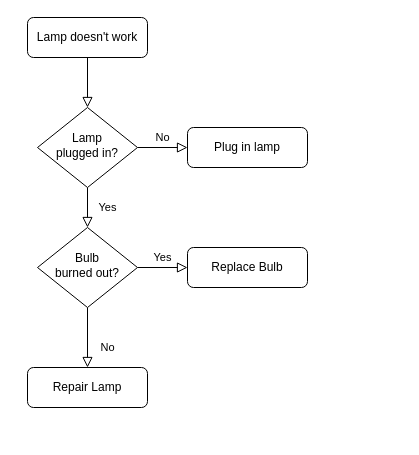
The draw.io diagram Untitled Diagram.drawio in maebyHXY/maebyHXY.github.io, before the edit. Source tidied: cells renumbered, new cells numbered last; positions are measured from the earlier drawing's top-left corner, leaving out a move shared by most shapes. Both pictures are drawn from the tidied source at 100%, with x=0, y=0 at pixel (27, 17).
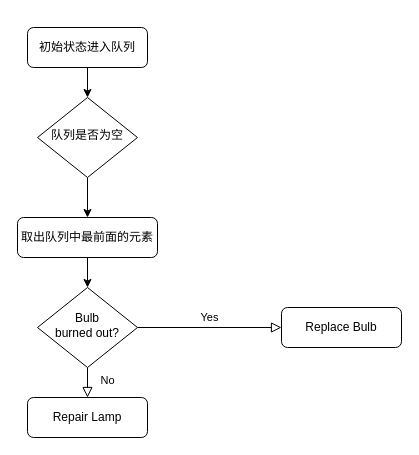
The same diagram, later.

The edit, as a diff of the source:
```diff
@@
 <mxGraphModel>
   <root>
     <mxCell id="0" />
     <mxCell id="1" parent="0" />
-    <mxCell id="2" style="rounded=0;html=1;jettySize=auto;fontSize=11;endArrow=block;endFill=0;endSize=8;strokeWidth=1;shadow=0;labelBackgroundColor=none;edgeStyle=orthogonalEdgeStyle;" parent="1" edge="1" source="3" target="6">
+    <mxCell id="2" style="edgeStyle=orthogonalEdgeStyle;rounded=0;jettySize=auto;html=1;" parent="1" edge="1" source="3" target="6">
       <mxGeometry relative="1" as="geometry" />
     </mxCell>
-    <mxCell id="3" value="Lamp doesn't work" style="rounded=1;whiteSpace=wrap;html=1;fontSize=12;glass=0;strokeWidth=1;shadow=0;" parent="1" vertex="1">
-      <mxGeometry width="120" height="40" as="geometry" />
+    <mxCell id="3" value="初始状态进入队列" style="rounded=1;whiteSpace=wrap;html=1;fontSize=12;glass=0;strokeWidth=1;shadow=0;" parent="1" vertex="1">
+      <mxGeometry y="10" width="120" height="40" as="geometry" />
     </mxCell>
-    <mxCell id="4" value="Yes" style="rounded=0;html=1;jettySize=auto;fontSize=11;endArrow=block;endFill=0;endSize=8;strokeWidth=1;shadow=0;labelBackgroundColor=none;edgeStyle=orthogonalEdgeStyle;" parent="1" edge="1" source="6" target="10">
-      <mxGeometry y="20" relative="1" as="geometry" />
-    </mxCell>
-    <mxCell id="5" value="No" style="edgeStyle=orthogonalEdgeStyle;rounded=0;html=1;jettySize=auto;fontSize=11;endArrow=block;endFill=0;endSize=8;strokeWidth=1;shadow=0;labelBackgroundColor=none;" parent="1" edge="1" source="6" target="7">
-      <mxGeometry y="10" relative="1" as="geometry" />
+    <mxCell id="5" style="edgeStyle=orthogonalEdgeStyle;rounded=0;jettySize=auto;html=1;entryX=0.5;entryY=0;entryDx=0;entryDy=0;" parent="1" edge="1" source="6" target="7">
+      <mxGeometry relative="1" as="geometry" />
     </mxCell>
-    <mxCell id="6" value="Lamp&lt;br&gt;plugged in?" style="rhombus;whiteSpace=wrap;html=1;shadow=0;fontFamily=Helvetica;fontSize=12;align=center;strokeWidth=1;spacing=6;spacingTop=-4;" parent="1" vertex="1">
-      <mxGeometry x="10" y="90" width="100" height="80" as="geometry" />
+    <mxCell id="6" value="队列是否为空" style="rhombus;whiteSpace=wrap;html=1;shadow=0;fontFamily=Helvetica;fontSize=12;align=center;strokeWidth=1;spacing=6;spacingTop=-4;" parent="1" vertex="1">
+      <mxGeometry x="10" y="80" width="100" height="80" as="geometry" />
     </mxCell>
+    <mxCell id="13" style="edgeStyle=orthogonalEdgeStyle;rounded=0;jettySize=auto;html=1;" parent="1" edge="1" source="7" target="10">
+      <mxGeometry relative="1" as="geometry" />
+    </mxCell>
-    <mxCell id="7" value="Plug in lamp" style="rounded=1;whiteSpace=wrap;html=1;fontSize=12;glass=0;strokeWidth=1;shadow=0;" parent="1" vertex="1">
-      <mxGeometry x="160" y="110" width="120" height="40" as="geometry" />
+    <mxCell id="7" value="取出队列中最前面的元素" style="rounded=1;whiteSpace=wrap;html=1;fontSize=12;glass=0;strokeWidth=1;shadow=0;" parent="1" vertex="1">
+      <mxGeometry x="-10" y="200" width="140" height="40" as="geometry" />
     </mxCell>
     <mxCell id="8" value="No" style="rounded=0;html=1;jettySize=auto;fontSize=11;endArrow=block;endFill=0;endSize=8;strokeWidth=1;shadow=0;labelBackgroundColor=none;edgeStyle=orthogonalEdgeStyle;" parent="1" edge="1" source="10" target="11">
       <mxGeometry x="0.33" y="20" relative="1" as="geometry" />
     </mxCell>
     <mxCell id="9" value="Yes" style="edgeStyle=orthogonalEdgeStyle;rounded=0;html=1;jettySize=auto;fontSize=11;endArrow=block;endFill=0;endSize=8;strokeWidth=1;shadow=0;labelBackgroundColor=none;" parent="1" edge="1" source="10" target="12">
       <mxGeometry y="10" relative="1" as="geometry" />
     </mxCell>
     <mxCell id="10" value="Bulb&lt;br&gt;burned out?" style="rhombus;whiteSpace=wrap;html=1;shadow=0;fontFamily=Helvetica;fontSize=12;align=center;strokeWidth=1;spacing=6;spacingTop=-4;" parent="1" vertex="1">
-      <mxGeometry x="10" y="210" width="100" height="80" as="geometry" />
+      <mxGeometry x="10" y="270" width="100" height="80" as="geometry" />
     </mxCell>
     <mxCell id="11" value="Repair Lamp" style="rounded=1;whiteSpace=wrap;html=1;fontSize=12;glass=0;strokeWidth=1;shadow=0;" parent="1" vertex="1">
-      <mxGeometry y="350" width="120" height="40" as="geometry" />
+      <mxGeometry y="380" width="120" height="40" as="geometry" />
     </mxCell>
     <mxCell id="12" value="Replace Bulb" style="rounded=1;whiteSpace=wrap;html=1;fontSize=12;glass=0;strokeWidth=1;shadow=0;" parent="1" vertex="1">
-      <mxGeometry x="160" y="230" width="120" height="40" as="geometry" />
+      <mxGeometry x="254" y="290" width="120" height="40" as="geometry" />
     </mxCell>
   </root>
 </mxGraphModel>
```
